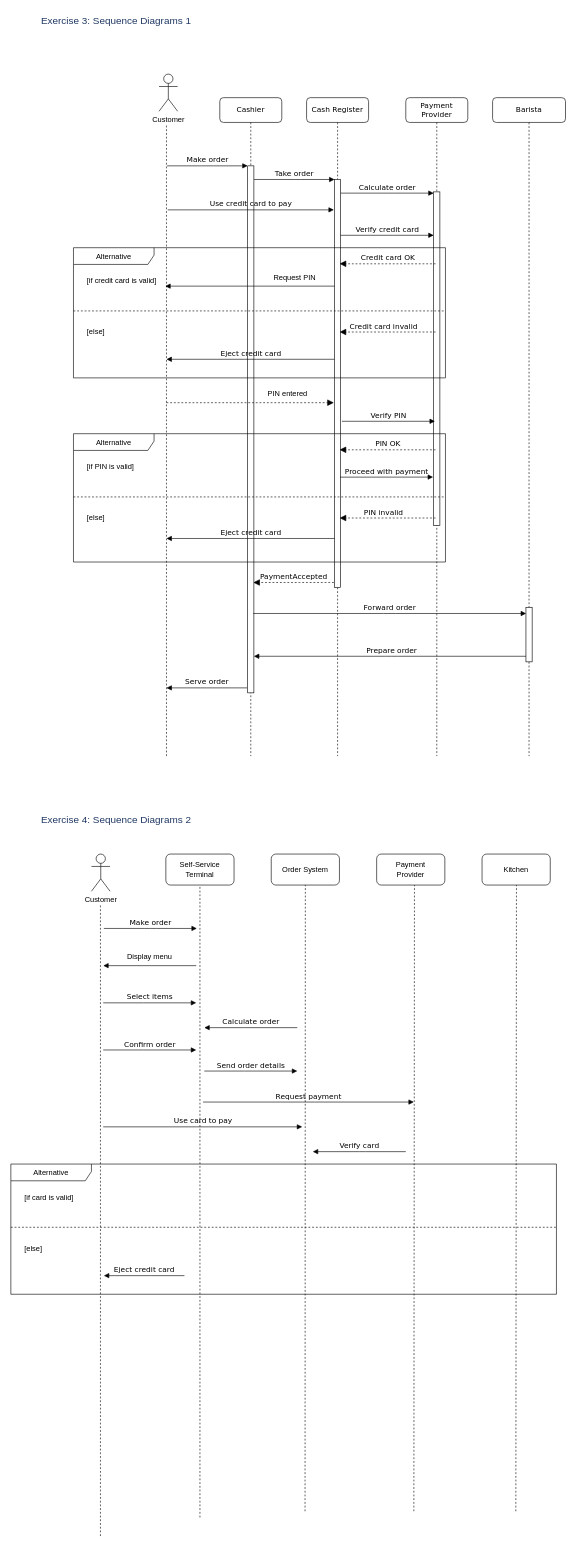
Before: UML_Sequence.drawio in adriennhorvath/architecture, a draw.io diagram. Source tidied: cells renumbered, new cells numbered last; positions are measured from the earlier drawing's top-left corner, leaving out a move shared by most shapes. Both pictures are drawn from the tidied source at 62%, with x=0, y=0 at pixel (11, 11).
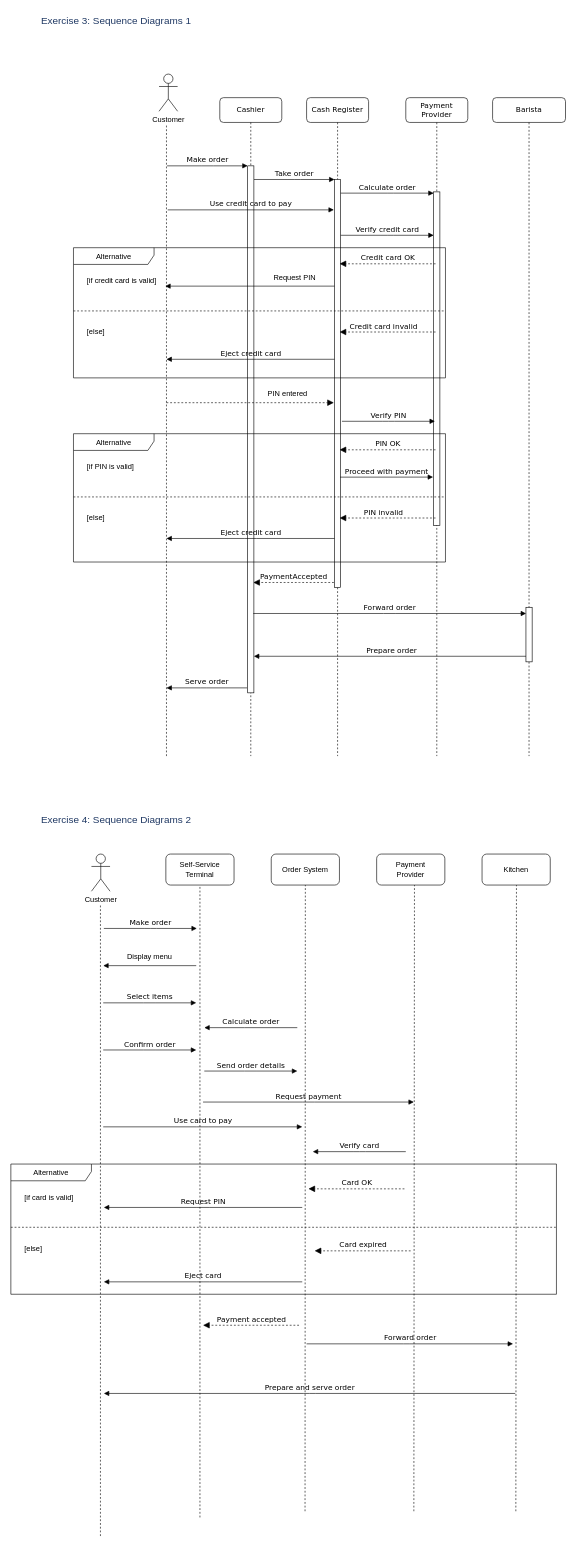
Above is the later version.

The change refers to these unchanged cells:
```xml
<mxCell id="62" value="Alternative" style="shape=umlFrame;whiteSpace=wrap;html=1;width=130;height=27;" parent="1" vertex="1">
  <mxGeometry y="1860" width="880" height="210" as="geometry" />
</mxCell>
```

Change to the diagram source:
```diff
@@
-    <mxCell id="65" value="Eject credit card" style="html=1;verticalAlign=bottom;endArrow=none;labelBackgroundColor=none;fontFamily=Verdana;fontSize=12;edgeStyle=elbowEdgeStyle;elbow=vertical;startFill=1;startArrow=block;" parent="62" edge="1">
+    <mxCell id="65" value="Eject card" style="html=1;verticalAlign=bottom;endArrow=none;labelBackgroundColor=none;fontFamily=Verdana;fontSize=12;edgeStyle=elbowEdgeStyle;elbow=vertical;startFill=1;startArrow=block;" parent="62" edge="1">
       <mxGeometry relative="1" as="geometry">
-        <mxPoint x="150" y="180" as="sourcePoint" />
-        <mxPoint x="280" y="180" as="targetPoint" />
+        <mxPoint x="150" y="190" as="sourcePoint" />
+        <mxPoint x="470" y="190" as="targetPoint" />
       </mxGeometry>
     </mxCell>
+    <mxCell id="69" value="Card OK" style="html=1;verticalAlign=bottom;endArrow=block;dashed=1;endSize=8;labelBackgroundColor=none;fontFamily=Verdana;fontSize=12;edgeStyle=elbowEdgeStyle;elbow=vertical;endFill=1;" parent="62" edge="1">
+      <mxGeometry relative="1" as="geometry">
+        <mxPoint x="634.8" y="40" as="sourcePoint" />
+        <mxPoint x="480" y="40" as="targetPoint" />
+        <Array as="points">
+          <mxPoint x="578.8" y="40" />
+          <mxPoint x="608.8" y="40" />
+        </Array>
+      </mxGeometry>
+    </mxCell>
+    <mxCell id="70" value="Request PIN" style="html=1;verticalAlign=bottom;endArrow=none;labelBackgroundColor=none;fontFamily=Verdana;fontSize=12;edgeStyle=elbowEdgeStyle;elbow=vertical;startFill=1;startArrow=block;" parent="62" edge="1">
+      <mxGeometry relative="1" as="geometry">
+        <mxPoint x="150" y="70" as="sourcePoint" />
+        <mxPoint x="470" y="70" as="targetPoint" />
+      </mxGeometry>
+    </mxCell>
+    <mxCell id="71" value="Card expired" style="html=1;verticalAlign=bottom;endArrow=block;dashed=1;endSize=8;labelBackgroundColor=none;fontFamily=Verdana;fontSize=12;edgeStyle=elbowEdgeStyle;elbow=vertical;endFill=1;" parent="62" edge="1">
+      <mxGeometry relative="1" as="geometry">
+        <mxPoint x="644.8" y="140" as="sourcePoint" />
+        <mxPoint x="490" y="140" as="targetPoint" />
+        <Array as="points">
+          <mxPoint x="588.8" y="140" />
+          <mxPoint x="618.8" y="140" />
+        </Array>
+      </mxGeometry>
+    </mxCell>
@@
+    <mxCell id="72" value="Payment accepted" style="html=1;verticalAlign=bottom;endArrow=block;dashed=1;endSize=8;labelBackgroundColor=none;fontFamily=Verdana;fontSize=12;edgeStyle=elbowEdgeStyle;elbow=vertical;endFill=1;" parent="1" edge="1">
+      <mxGeometry relative="1" as="geometry">
+        <mxPoint x="464.8" y="2120" as="sourcePoint" />
+        <mxPoint x="310" y="2120" as="targetPoint" />
+        <Array as="points">
+          <mxPoint x="408.8" y="2120" />
+          <mxPoint x="438.8" y="2120" />
+        </Array>
+      </mxGeometry>
+    </mxCell>
+    <mxCell id="73" value="Forward order" style="html=1;verticalAlign=bottom;endArrow=block;labelBackgroundColor=none;fontFamily=Verdana;fontSize=12;edgeStyle=elbowEdgeStyle;elbow=vertical;" parent="1" edge="1">
+      <mxGeometry relative="1" as="geometry">
+        <mxPoint x="477" y="2150" as="sourcePoint" />
+        <mxPoint x="810" y="2150" as="targetPoint" />
+      </mxGeometry>
+    </mxCell>
+    <mxCell id="74" value="Prepare and serve order" style="html=1;verticalAlign=bottom;endArrow=none;labelBackgroundColor=none;fontFamily=Verdana;fontSize=12;edgeStyle=elbowEdgeStyle;elbow=vertical;startFill=1;startArrow=block;" parent="1" edge="1">
+      <mxGeometry relative="1" as="geometry">
+        <mxPoint x="150" y="2230" as="sourcePoint" />
+        <mxPoint x="813.5" y="2230" as="targetPoint" />
+      </mxGeometry>
+    </mxCell>
```
